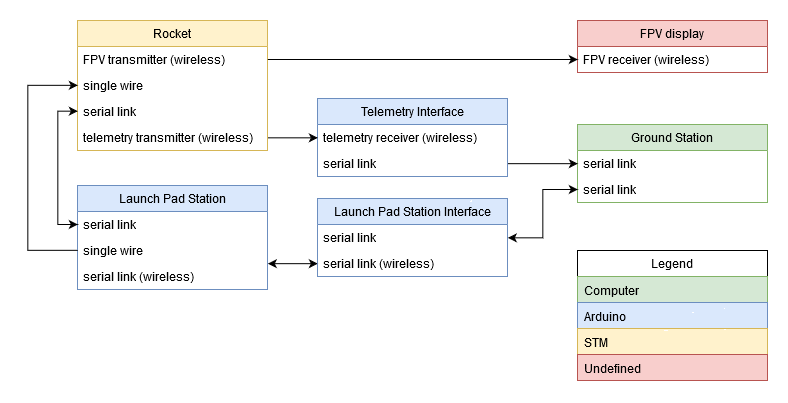
Above: doc/diagrams/data_links.png in aesirkth/ground-control (draw.io), before the change. Source tidied: cells renumbered, new cells last; positions are measured from the earlier drawing's top-left corner, leaving out a move shared by most shapes.
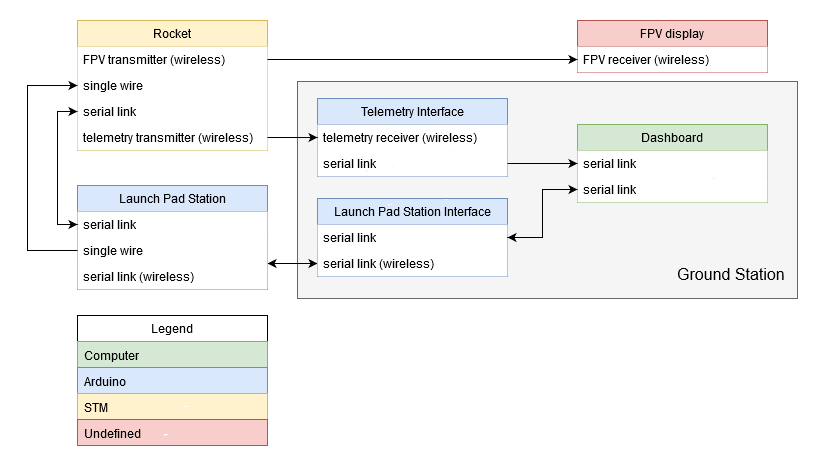
After the change.

Commit message:
doc: update data links diagram

The edit, as a diff of the source:
```diff
@@ -2,19 +2,22 @@
   <root>
     <mxCell id="0" />
     <mxCell id="1" parent="0" />
+    <mxCell id="34" style="rounded=0;whiteSpace=wrap;html=1;fillColor=#f5f5f5;strokeColor=#666666;fontColor=#333333;" parent="1" vertex="1">
+      <mxGeometry x="270" y="61" width="500" height="217" as="geometry" />
+    </mxCell>
     <mxCell id="2" value="Rocket" style="swimlane;fontStyle=0;horizontal=1;startSize=26;fillColor=#fff2cc;strokeColor=#d6b656;" parent="1" vertex="1">
       <mxGeometry x="50" width="190" height="130" as="geometry" />
     </mxCell>
-    <mxCell id="3" value="FPV transmitter (wireless)&#10;" style="text;strokeColor=none;fillColor=none;align=left;verticalAlign=top;spacingLeft=4;spacingRight=4;overflow=hidden;points=[[0,0.5],[1,0.5]];portConstraint=eastwest;" parent="2" vertex="1">
+    <mxCell id="3" value="FPV transmitter (wireless)&#10;" style="text;strokeColor=none;fillColor=#ffffff;align=left;verticalAlign=top;spacingLeft=4;spacingRight=4;overflow=hidden;points=[[0,0.5],[1,0.5]];portConstraint=eastwest;" parent="2" vertex="1">
       <mxGeometry y="26" width="190" height="26" as="geometry" />
     </mxCell>
-    <mxCell id="4" value="single wire" style="text;strokeColor=none;fillColor=none;align=left;verticalAlign=top;spacingLeft=4;spacingRight=4;overflow=hidden;points=[[0,0.5],[1,0.5]];portConstraint=eastwest;" parent="2" vertex="1">
+    <mxCell id="4" value="single wire" style="text;strokeColor=none;fillColor=#ffffff;align=left;verticalAlign=top;spacingLeft=4;spacingRight=4;overflow=hidden;points=[[0,0.5],[1,0.5]];portConstraint=eastwest;" parent="2" vertex="1">
       <mxGeometry y="52" width="190" height="26" as="geometry" />
     </mxCell>
-    <mxCell id="5" value="serial link" style="text;strokeColor=none;fillColor=none;align=left;verticalAlign=top;spacingLeft=4;spacingRight=4;overflow=hidden;points=[[0,0.5],[1,0.5]];portConstraint=eastwest;" parent="2" vertex="1">
+    <mxCell id="5" value="serial link" style="text;strokeColor=none;fillColor=#ffffff;align=left;verticalAlign=top;spacingLeft=4;spacingRight=4;overflow=hidden;points=[[0,0.5],[1,0.5]];portConstraint=eastwest;" parent="2" vertex="1">
       <mxGeometry y="78" width="190" height="26" as="geometry" />
     </mxCell>
-    <mxCell id="6" value="telemetry transmitter (wireless)" style="text;strokeColor=none;fillColor=none;align=left;verticalAlign=top;spacingLeft=4;spacingRight=4;overflow=hidden;points=[[0,0.5],[1,0.5]];portConstraint=eastwest;" parent="2" vertex="1">
+    <mxCell id="6" value="telemetry transmitter (wireless)" style="text;strokeColor=none;fillColor=#ffffff;align=left;verticalAlign=top;spacingLeft=4;spacingRight=4;overflow=hidden;points=[[0,0.5],[1,0.5]];portConstraint=eastwest;" parent="2" vertex="1">
       <mxGeometry y="104" width="190" height="26" as="geometry" />
     </mxCell>
     <mxCell id="7" style="edgeStyle=orthogonalEdgeStyle;rounded=0;jettySize=auto;html=1;exitX=1;exitY=0.75;exitDx=0;exitDy=0;entryX=0;entryY=0.5;entryDx=0;entryDy=0;startArrow=classic;startFill=1;" parent="1" edge="1" source="8" target="22">
@@ -23,13 +26,13 @@
     <mxCell id="8" value="Launch Pad Station" style="swimlane;fontStyle=0;horizontal=1;startSize=26;fillColor=#dae8fc;strokeColor=#6c8ebf;" parent="1" vertex="1">
       <mxGeometry x="50" y="165" width="190" height="104" as="geometry" />
     </mxCell>
-    <mxCell id="9" value="serial link" style="text;strokeColor=none;fillColor=none;align=left;verticalAlign=top;spacingLeft=4;spacingRight=4;overflow=hidden;points=[[0,0.5],[1,0.5]];portConstraint=eastwest;" parent="8" vertex="1">
+    <mxCell id="9" value="serial link" style="text;strokeColor=none;fillColor=#ffffff;align=left;verticalAlign=top;spacingLeft=4;spacingRight=4;overflow=hidden;points=[[0,0.5],[1,0.5]];portConstraint=eastwest;" parent="8" vertex="1">
       <mxGeometry y="26" width="190" height="26" as="geometry" />
     </mxCell>
-    <mxCell id="10" value="single wire" style="text;strokeColor=none;fillColor=none;align=left;verticalAlign=top;spacingLeft=4;spacingRight=4;overflow=hidden;points=[[0,0.5],[1,0.5]];portConstraint=eastwest;" parent="8" vertex="1">
+    <mxCell id="10" value="single wire" style="text;strokeColor=none;fillColor=#ffffff;align=left;verticalAlign=top;spacingLeft=4;spacingRight=4;overflow=hidden;points=[[0,0.5],[1,0.5]];portConstraint=eastwest;" parent="8" vertex="1">
       <mxGeometry y="52" width="190" height="26" as="geometry" />
     </mxCell>
-    <mxCell id="11" value="serial link (wireless)&#10;" style="text;strokeColor=none;fillColor=none;align=left;verticalAlign=top;spacingLeft=4;spacingRight=4;overflow=hidden;" parent="8" vertex="1">
+    <mxCell id="11" value="serial link (wireless)&#10;" style="text;strokeColor=none;fillColor=#ffffff;align=left;verticalAlign=top;spacingLeft=4;spacingRight=4;overflow=hidden;" parent="8" vertex="1">
       <mxGeometry y="78" width="190" height="26" as="geometry" />
     </mxCell>
     <mxCell id="12" style="edgeStyle=orthogonalEdgeStyle;rounded=0;jettySize=auto;html=1;exitX=0;exitY=0.5;exitDx=0;exitDy=0;entryX=0;entryY=0.5;entryDx=0;entryDy=0;startArrow=classic;startFill=1;" parent="1" edge="1" source="9" target="5">
@@ -43,31 +46,31 @@
         </Array>
       </mxGeometry>
     </mxCell>
-    <mxCell id="14" value="Ground Station" style="swimlane;fontStyle=0;horizontal=1;startSize=26;fillColor=#d5e8d4;strokeColor=#82b366;" parent="1" vertex="1">
+    <mxCell id="14" value="Dashboard" style="swimlane;fontStyle=0;horizontal=1;startSize=26;fillColor=#d5e8d4;strokeColor=#82b366;" parent="1" vertex="1">
       <mxGeometry x="550" y="104" width="190" height="78" as="geometry" />
     </mxCell>
-    <mxCell id="15" value="serial link" style="text;strokeColor=none;fillColor=none;align=left;verticalAlign=top;spacingLeft=4;spacingRight=4;overflow=hidden;points=[[0,0.5],[1,0.5]];portConstraint=eastwest;" parent="14" vertex="1">
+    <mxCell id="15" value="serial link" style="text;strokeColor=none;fillColor=#ffffff;align=left;verticalAlign=top;spacingLeft=4;spacingRight=4;overflow=hidden;points=[[0,0.5],[1,0.5]];portConstraint=eastwest;" parent="14" vertex="1">
       <mxGeometry y="26" width="190" height="26" as="geometry" />
     </mxCell>
-    <mxCell id="16" value="serial link&#10;" style="text;strokeColor=none;fillColor=none;align=left;verticalAlign=top;spacingLeft=4;spacingRight=4;overflow=hidden;points=[[0,0.5],[1,0.5]];portConstraint=eastwest;" parent="14" vertex="1">
+    <mxCell id="16" value="serial link&#10;" style="text;align=left;verticalAlign=top;spacingLeft=4;spacingRight=4;overflow=hidden;points=[[0,0.5],[1,0.5]];portConstraint=eastwest;fillColor=#ffffff;" parent="14" vertex="1">
       <mxGeometry y="52" width="190" height="26" as="geometry" />
     </mxCell>
     <mxCell id="17" value="Telemetry Interface" style="swimlane;fontStyle=0;horizontal=1;startSize=26;fillColor=#dae8fc;strokeColor=#6c8ebf;" parent="1" vertex="1">
       <mxGeometry x="290" y="78" width="190" height="78" as="geometry" />
     </mxCell>
-    <mxCell id="18" value="telemetry receiver (wireless)" style="text;strokeColor=none;fillColor=none;align=left;verticalAlign=top;spacingLeft=4;spacingRight=4;overflow=hidden;points=[[0,0.5],[1,0.5]];portConstraint=eastwest;" parent="17" vertex="1">
+    <mxCell id="18" value="telemetry receiver (wireless)" style="text;strokeColor=none;fillColor=#ffffff;align=left;verticalAlign=top;spacingLeft=4;spacingRight=4;overflow=hidden;points=[[0,0.5],[1,0.5]];portConstraint=eastwest;" parent="17" vertex="1">
       <mxGeometry y="26" width="190" height="26" as="geometry" />
     </mxCell>
-    <mxCell id="19" value="serial link" style="text;strokeColor=none;fillColor=none;align=left;verticalAlign=top;spacingLeft=4;spacingRight=4;overflow=hidden;points=[[0,0.5],[1,0.5]];portConstraint=eastwest;" parent="17" vertex="1">
+    <mxCell id="19" value="serial link" style="text;strokeColor=none;fillColor=#ffffff;align=left;verticalAlign=top;spacingLeft=4;spacingRight=4;overflow=hidden;points=[[0,0.5],[1,0.5]];portConstraint=eastwest;" parent="17" vertex="1">
       <mxGeometry y="52" width="190" height="26" as="geometry" />
     </mxCell>
     <mxCell id="20" value="Launch Pad Station Interface" style="swimlane;fontStyle=0;horizontal=1;startSize=26;fillColor=#dae8fc;strokeColor=#6c8ebf;" parent="1" vertex="1">
       <mxGeometry x="290" y="178" width="190" height="78" as="geometry" />
     </mxCell>
-    <mxCell id="21" value="serial link" style="text;strokeColor=none;fillColor=none;align=left;verticalAlign=top;spacingLeft=4;spacingRight=4;overflow=hidden;points=[[0,0.5],[1,0.5]];portConstraint=eastwest;" parent="20" vertex="1">
+    <mxCell id="21" value="serial link" style="text;strokeColor=none;fillColor=#ffffff;align=left;verticalAlign=top;spacingLeft=4;spacingRight=4;overflow=hidden;points=[[0,0.5],[1,0.5]];portConstraint=eastwest;" parent="20" vertex="1">
       <mxGeometry y="26" width="190" height="26" as="geometry" />
     </mxCell>
-    <mxCell id="22" value="serial link (wireless)" style="text;strokeColor=none;fillColor=none;align=left;verticalAlign=top;spacingLeft=4;spacingRight=4;overflow=hidden;points=[[0,0.5],[1,0.5]];portConstraint=eastwest;" parent="20" vertex="1">
+    <mxCell id="22" value="serial link (wireless)" style="text;strokeColor=none;fillColor=#ffffff;align=left;verticalAlign=top;spacingLeft=4;spacingRight=4;overflow=hidden;points=[[0,0.5],[1,0.5]];portConstraint=eastwest;" parent="20" vertex="1">
       <mxGeometry y="52" width="190" height="26" as="geometry" />
     </mxCell>
     <mxCell id="23" style="edgeStyle=orthogonalEdgeStyle;rounded=0;jettySize=auto;html=1;exitX=0;exitY=0.5;exitDx=0;exitDy=0;entryX=1;entryY=0.5;entryDx=0;entryDy=0;startArrow=classic;startFill=1;" parent="1" edge="1" source="16" target="21">
@@ -82,14 +85,14 @@
     <mxCell id="26" value="FPV display" style="swimlane;fontStyle=0;horizontal=1;startSize=26;fillColor=#f8cecc;strokeColor=#b85450;" parent="1" vertex="1">
       <mxGeometry x="550" width="190" height="52" as="geometry" />
     </mxCell>
-    <mxCell id="27" value="FPV receiver (wireless)" style="text;strokeColor=none;fillColor=none;align=left;verticalAlign=top;spacingLeft=4;spacingRight=4;overflow=hidden;points=[[0,0.5],[1,0.5]];portConstraint=eastwest;" parent="26" vertex="1">
+    <mxCell id="27" value="FPV receiver (wireless)" style="text;strokeColor=none;fillColor=#ffffff;align=left;verticalAlign=top;spacingLeft=4;spacingRight=4;overflow=hidden;points=[[0,0.5],[1,0.5]];portConstraint=eastwest;" parent="26" vertex="1">
       <mxGeometry y="26" width="190" height="26" as="geometry" />
     </mxCell>
     <mxCell id="28" style="edgeStyle=orthogonalEdgeStyle;rounded=0;jettySize=auto;html=1;exitX=1;exitY=0.5;exitDx=0;exitDy=0;entryX=0;entryY=0.5;entryDx=0;entryDy=0;startArrow=none;startFill=0;endArrow=classic;endFill=1;" parent="1" edge="1" source="3" target="27">
       <mxGeometry relative="1" as="geometry" />
     </mxCell>
     <mxCell id="29" value="Legend" style="swimlane;fontStyle=0;horizontal=1;startSize=26;strokeColor=#000000;" parent="1" vertex="1">
-      <mxGeometry x="550" y="230" width="190" height="130" as="geometry" />
+      <mxGeometry x="50" y="295" width="190" height="130" as="geometry" />
     </mxCell>
     <mxCell id="30" value="Computer" style="text;strokeColor=#82b366;fillColor=#d5e8d4;align=left;verticalAlign=top;spacingLeft=4;spacingRight=4;overflow=hidden;" parent="29" vertex="1">
       <mxGeometry y="26" width="190" height="26" as="geometry" />
@@ -103,5 +106,8 @@
     <mxCell id="33" value="Undefined" style="text;strokeColor=#b85450;fillColor=#f8cecc;align=left;verticalAlign=top;spacingLeft=4;spacingRight=4;overflow=hidden;" parent="29" vertex="1">
       <mxGeometry y="104" width="190" height="26" as="geometry" />
     </mxCell>
+    <mxCell id="35" value="Ground Station" style="text;html=1;align=left;verticalAlign=top;spacingTop=-4;fontSize=16;" parent="1" vertex="1">
+      <mxGeometry x="648" y="244" width="90" height="20" as="geometry" />
+    </mxCell>
   </root>
 </mxGraphModel>
```
